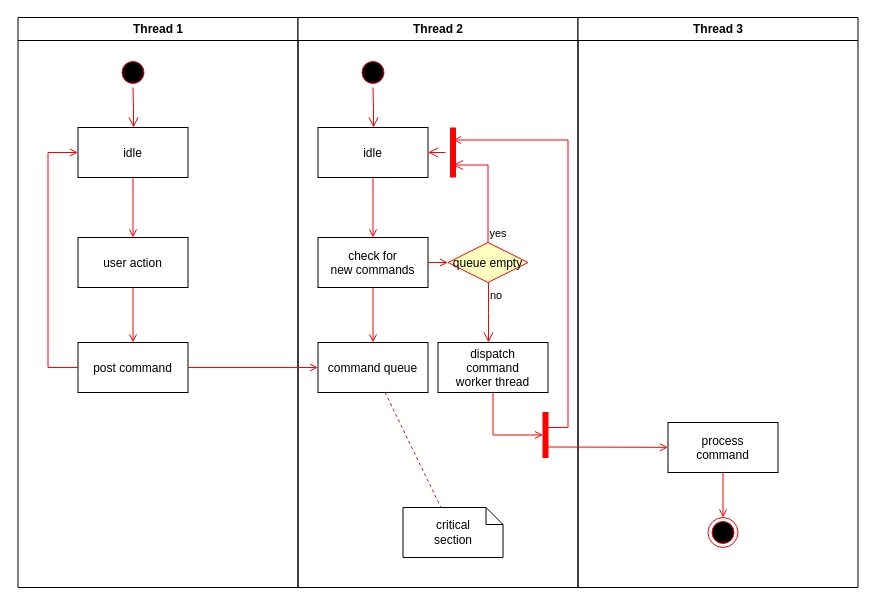
The draw.io diagram Untitled Diagram.drawio in acengberak/siakadsiswa, before the edit. Source tidied: cells renumbered, new cells numbered last; positions are measured from the earlier drawing's top-left corner, leaving out a move shared by most shapes. Both pictures are drawn from the tidied source at 100%, with x=0, y=0 at pixel (17, 17).
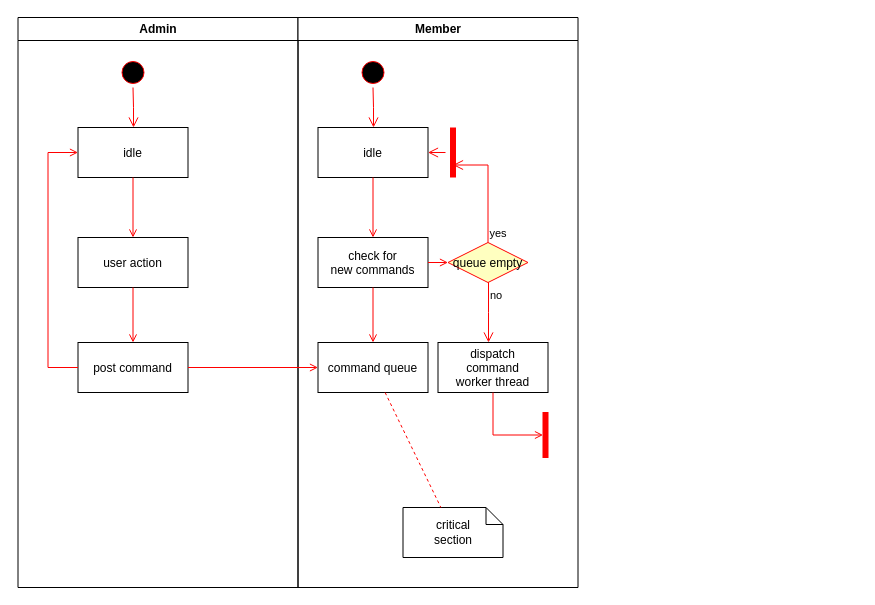
Above is the later version.

Commit message:
AD hide shipping

Unchanged cells that the change refers to:
```xml
<mxCell id="23" style="shape=line;strokeWidth=6;strokeColor=#ff0000;rotation=90;" parent="11" vertex="1">
  <mxGeometry x="130" y="127.5" width="50" height="15" as="geometry" />
</mxCell>
```

What changed in the source:
```diff
@@
-    <mxCell id="2" value="Thread 1" style="swimlane;whiteSpace=wrap;" parent="1" vertex="1">
+    <mxCell id="2" value="Admin" style="swimlane;whiteSpace=wrap;" parent="1" vertex="1">
       <mxGeometry x="0.5" width="280" height="570" as="geometry" />
     </mxCell>
@@
-    <mxCell id="11" value="Thread 2" style="swimlane;whiteSpace=wrap;" parent="1" vertex="1">
+    <mxCell id="11" value="Member" style="swimlane;whiteSpace=wrap;" parent="1" vertex="1">
       <mxGeometry x="280.5" width="280" height="570" as="geometry" />
     </mxCell>
@@
-    <mxCell id="30" value="Thread 3" style="swimlane;whiteSpace=wrap;" parent="1" vertex="1">
-      <mxGeometry x="560.5" width="280" height="570" as="geometry" />
-    </mxCell>
-    <mxCell id="31" value="process&#10;command" parent="30" vertex="1">
-      <mxGeometry x="90" y="405" width="110" height="50" as="geometry" />
-    </mxCell>
-    <mxCell id="32" style="edgeStyle=elbowEdgeStyle;elbow=horizontal;strokeColor=#FF0000;endArrow=open;endFill=1;rounded=0;entryX=0.25;entryY=0.5;entryPerimeter=0;" parent="30" edge="1" target="23">
-      <mxGeometry relative="1" as="geometry">
-        <mxPoint x="-30" y="410" as="sourcePoint" />
-        <Array as="points">
-          <mxPoint x="-10" y="135" />
-        </Array>
-      </mxGeometry>
-    </mxCell>
-    <mxCell id="33" style="edgeStyle=none;strokeColor=#FF0000;endArrow=open;endFill=1;rounded=0;" parent="30" edge="1" target="31">
-      <mxGeometry relative="1" as="geometry">
-        <mxPoint x="-30" y="429.5" as="sourcePoint" />
-      </mxGeometry>
-    </mxCell>
-    <mxCell id="34" style="ellipse;shape=endState;fillColor=#000000;strokeColor=#ff0000;" parent="30" vertex="1">
-      <mxGeometry x="130" y="500" width="30" height="30" as="geometry" />
-    </mxCell>
-    <mxCell id="35" style="endArrow=open;strokeColor=#FF0000;endFill=1;rounded=0;" parent="30" edge="1" source="31" target="34">
-      <mxGeometry relative="1" as="geometry" />
-    </mxCell>
```
